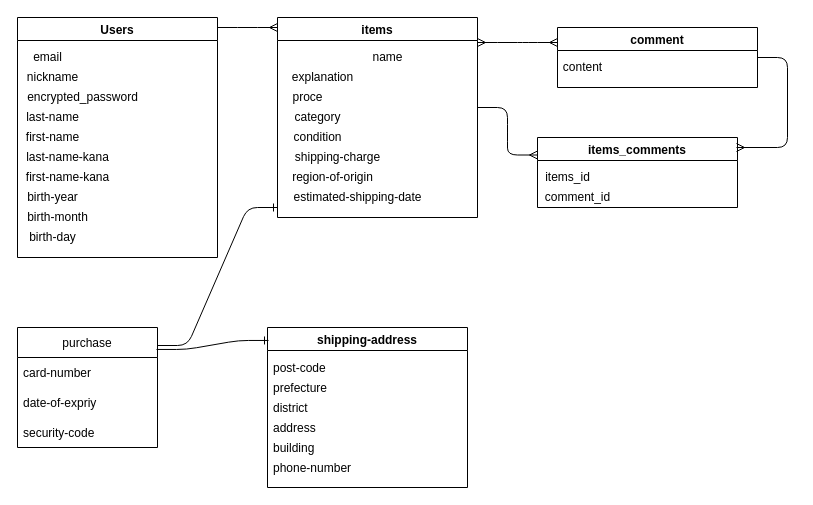
akiduki0526/furima-38782 keeps this draw.io diagram as ER.dio. Above is the earlier version. Source tidied: cells renumbered, new cells numbered last; positions are measured from the earlier drawing's top-left corner, leaving out a move shared by most shapes. Both pictures are drawn from the tidied source at 100%, with x=0, y=0 at pixel (17, 17).
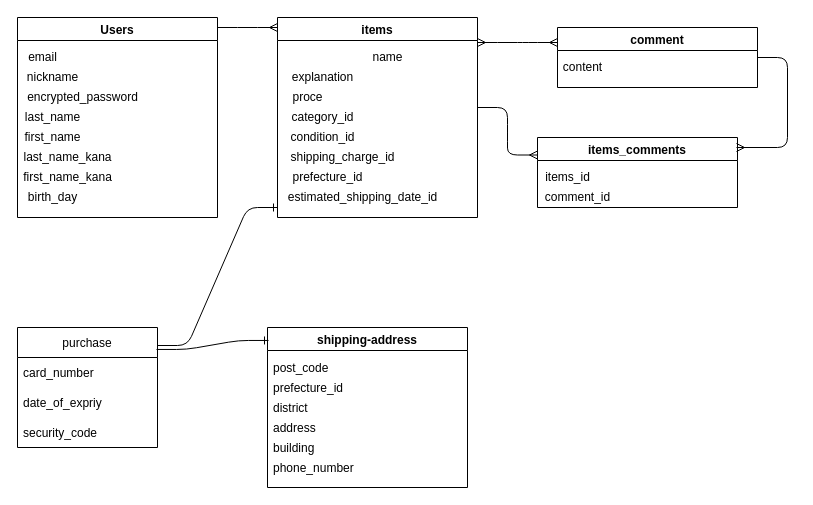
The same diagram, later.

Unchanged cells that the change refers to:
```xml
<mxCell id="13" value="items" style="swimlane;" parent="1" vertex="1">
  <mxGeometry x="260" width="200" height="200" as="geometry" />
</mxCell>
<mxCell id="24" value="purchase" style="swimlane;fontStyle=0;horizontal=1;startSize=30;" parent="1" vertex="1">
  <mxGeometry y="310" width="140" height="120" as="geometry" />
</mxCell>
<mxCell id="28" value="shipping-address" style="swimlane;" parent="1" vertex="1">
  <mxGeometry x="250" y="310" width="200" height="160" as="geometry" />
</mxCell>
```

What changed in the source:
```diff
@@
     <mxCell id="2" value="Users" style="swimlane;" parent="1" vertex="1">
-      <mxGeometry width="200" height="240" as="geometry" />
+      <mxGeometry width="200" height="200" as="geometry" />
     </mxCell>
     <mxCell id="3" value="email" style="text;html=1;align=center;verticalAlign=middle;strokeColor=none;fillColor=none;" parent="2" vertex="1">
-      <mxGeometry x="10" y="30" width="40" height="20" as="geometry" />
+      <mxGeometry x="5" y="30" width="40" height="20" as="geometry" />
     </mxCell>
@@
-    <mxCell id="6" value="last-name" style="text;html=1;align=center;verticalAlign=middle;strokeColor=none;fillColor=none;" parent="2" vertex="1">
+    <mxCell id="6" value="last_name" style="text;html=1;align=center;verticalAlign=middle;strokeColor=none;fillColor=none;" parent="2" vertex="1">
       <mxGeometry y="90" width="70" height="20" as="geometry" />
     </mxCell>
-    <mxCell id="7" value="first-name" style="text;html=1;align=center;verticalAlign=middle;strokeColor=none;fillColor=none;" parent="2" vertex="1">
+    <mxCell id="7" value="first_name" style="text;html=1;align=center;verticalAlign=middle;strokeColor=none;fillColor=none;" parent="2" vertex="1">
       <mxGeometry y="110" width="70" height="20" as="geometry" />
     </mxCell>
-    <mxCell id="8" value="last-name-kana" style="text;html=1;align=center;verticalAlign=middle;strokeColor=none;fillColor=none;" parent="2" vertex="1">
+    <mxCell id="8" value="last_name_kana" style="text;html=1;align=center;verticalAlign=middle;strokeColor=none;fillColor=none;" parent="2" vertex="1">
       <mxGeometry y="130" width="100" height="20" as="geometry" />
     </mxCell>
-    <mxCell id="9" value="first-name-kana" style="text;html=1;align=center;verticalAlign=middle;strokeColor=none;fillColor=none;" parent="2" vertex="1">
+    <mxCell id="9" value="first_name_kana" style="text;html=1;align=center;verticalAlign=middle;strokeColor=none;fillColor=none;" parent="2" vertex="1">
       <mxGeometry y="150" width="100" height="20" as="geometry" />
     </mxCell>
-    <mxCell id="10" value="birth-year" style="text;html=1;align=center;verticalAlign=middle;strokeColor=none;fillColor=none;" parent="2" vertex="1">
-      <mxGeometry y="170" width="70" height="20" as="geometry" />
-    </mxCell>
-    <mxCell id="11" value="birth-month" style="text;html=1;align=center;verticalAlign=middle;strokeColor=none;fillColor=none;" parent="2" vertex="1">
-      <mxGeometry y="190" width="80" height="20" as="geometry" />
-    </mxCell>
-    <mxCell id="12" value="birth-day" style="text;html=1;align=center;verticalAlign=middle;strokeColor=none;fillColor=none;" parent="2" vertex="1">
-      <mxGeometry x="5" y="210" width="60" height="20" as="geometry" />
+    <mxCell id="12" value="birth_day" style="text;html=1;align=center;verticalAlign=middle;strokeColor=none;fillColor=none;" parent="2" vertex="1">
+      <mxGeometry x="5" y="170" width="60" height="20" as="geometry" />
     </mxCell>
@@
-    <mxCell id="16" value="category" style="text;html=1;align=center;verticalAlign=middle;strokeColor=none;fillColor=none;" parent="13" vertex="1">
-      <mxGeometry x="10" y="90" width="60" height="20" as="geometry" />
+    <mxCell id="16" value="category_id" style="text;html=1;align=center;verticalAlign=middle;strokeColor=none;fillColor=none;" parent="13" vertex="1">
+      <mxGeometry x="5" y="90" width="80" height="20" as="geometry" />
     </mxCell>
-    <mxCell id="17" value="condition" style="text;html=1;align=center;verticalAlign=middle;strokeColor=none;fillColor=none;" parent="13" vertex="1">
-      <mxGeometry x="10" y="110" width="60" height="20" as="geometry" />
+    <mxCell id="17" value="condition_id" style="text;html=1;align=center;verticalAlign=middle;strokeColor=none;fillColor=none;" parent="13" vertex="1">
+      <mxGeometry x="5" y="110" width="80" height="20" as="geometry" />
     </mxCell>
-    <mxCell id="18" value="shipping-charge" style="text;html=1;align=center;verticalAlign=middle;strokeColor=none;fillColor=none;" parent="13" vertex="1">
-      <mxGeometry x="10" y="130" width="100" height="20" as="geometry" />
+    <mxCell id="18" value="shipping_charge_id" style="text;html=1;align=center;verticalAlign=middle;strokeColor=none;fillColor=none;" parent="13" vertex="1">
+      <mxGeometry x="5" y="130" width="120" height="20" as="geometry" />
     </mxCell>
-    <mxCell id="19" value="region-of-origin" style="text;html=1;align=center;verticalAlign=middle;strokeColor=none;fillColor=none;" parent="13" vertex="1">
-      <mxGeometry x="5" y="150" width="100" height="20" as="geometry" />
+    <mxCell id="19" value="&lt;span style=&quot;text-align: left&quot;&gt;prefecture_id&lt;/span&gt;" style="text;html=1;align=center;verticalAlign=middle;strokeColor=none;fillColor=none;" parent="13" vertex="1">
+      <mxGeometry x="5" y="150" width="90" height="20" as="geometry" />
     </mxCell>
-    <mxCell id="20" value="estimated-shipping-date" style="text;html=1;align=center;verticalAlign=middle;strokeColor=none;fillColor=none;" parent="13" vertex="1">
-      <mxGeometry x="10" y="170" width="140" height="20" as="geometry" />
+    <mxCell id="20" value="estimated_shipping_date_id" style="text;html=1;align=center;verticalAlign=middle;strokeColor=none;fillColor=none;" parent="13" vertex="1">
+      <mxGeometry x="5" y="170" width="160" height="20" as="geometry" />
     </mxCell>
@@
-    <mxCell id="25" value="card-number" style="text;strokeColor=none;fillColor=none;align=left;verticalAlign=middle;spacingLeft=4;spacingRight=4;overflow=hidden;" parent="24" vertex="1">
+    <mxCell id="25" value="card_number" style="text;strokeColor=none;fillColor=none;align=left;verticalAlign=middle;spacingLeft=4;spacingRight=4;overflow=hidden;" parent="24" vertex="1">
       <mxGeometry y="30" width="140" height="30" as="geometry" />
     </mxCell>
-    <mxCell id="26" value="date-of-expriy" style="text;strokeColor=none;fillColor=none;align=left;verticalAlign=middle;spacingLeft=4;spacingRight=4;overflow=hidden;" parent="24" vertex="1">
+    <mxCell id="26" value="date_of_expriy" style="text;strokeColor=none;fillColor=none;align=left;verticalAlign=middle;spacingLeft=4;spacingRight=4;overflow=hidden;" parent="24" vertex="1">
       <mxGeometry y="60" width="140" height="30" as="geometry" />
     </mxCell>
-    <mxCell id="27" value="security-code" style="text;strokeColor=none;fillColor=none;align=left;verticalAlign=middle;spacingLeft=4;spacingRight=4;overflow=hidden;" parent="24" vertex="1">
+    <mxCell id="27" value="security_code" style="text;strokeColor=none;fillColor=none;align=left;verticalAlign=middle;spacingLeft=4;spacingRight=4;overflow=hidden;" parent="24" vertex="1">
       <mxGeometry y="90" width="140" height="30" as="geometry" />
     </mxCell>
@@
-    <mxCell id="29" value="post-code" style="text;strokeColor=none;fillColor=none;align=left;verticalAlign=middle;spacingLeft=4;spacingRight=4;overflow=hidden;" parent="28" vertex="1">
+    <mxCell id="29" value="post_code" style="text;strokeColor=none;fillColor=none;align=left;verticalAlign=middle;spacingLeft=4;spacingRight=4;overflow=hidden;" parent="28" vertex="1">
       <mxGeometry y="25" width="140" height="30" as="geometry" />
     </mxCell>
-    <mxCell id="30" value="prefecture" style="text;strokeColor=none;fillColor=none;align=left;verticalAlign=middle;spacingLeft=4;spacingRight=4;overflow=hidden;" parent="28" vertex="1">
+    <mxCell id="30" value="prefecture_id" style="text;strokeColor=none;fillColor=none;align=left;verticalAlign=middle;spacingLeft=4;spacingRight=4;overflow=hidden;" parent="28" vertex="1">
       <mxGeometry y="50" width="140" height="20" as="geometry" />
     </mxCell>
@@
-    <mxCell id="34" value="phone-number" style="text;strokeColor=none;fillColor=none;align=left;verticalAlign=middle;spacingLeft=4;spacingRight=4;overflow=hidden;" parent="28" vertex="1">
+    <mxCell id="34" value="phone_number" style="text;strokeColor=none;fillColor=none;align=left;verticalAlign=middle;spacingLeft=4;spacingRight=4;overflow=hidden;" parent="28" vertex="1">
       <mxGeometry y="130" width="140" height="20" as="geometry" />
     </mxCell>
```
